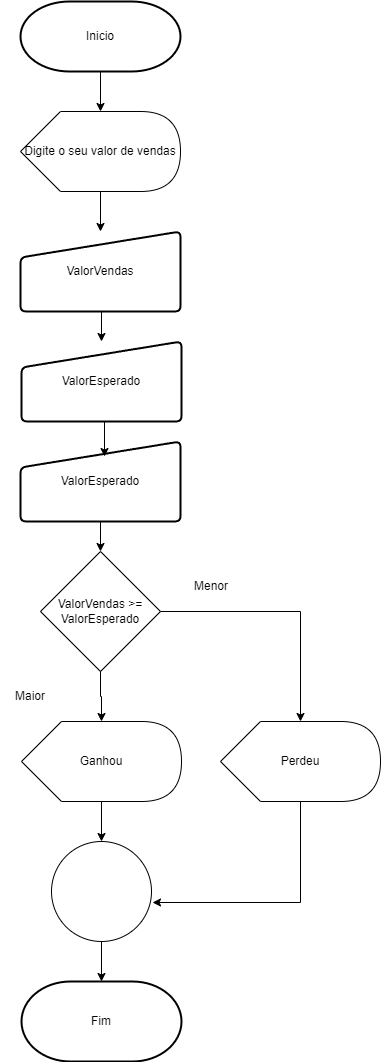
Before: FluxogramaEmpresa.png, a diagram exported from draw.io (Joaogamevicio/Atividade02.05.2024). Source tidied: cells renumbered, new cells last; positions are measured from the earlier drawing's top-left corner, leaving out a move shared by most shapes.
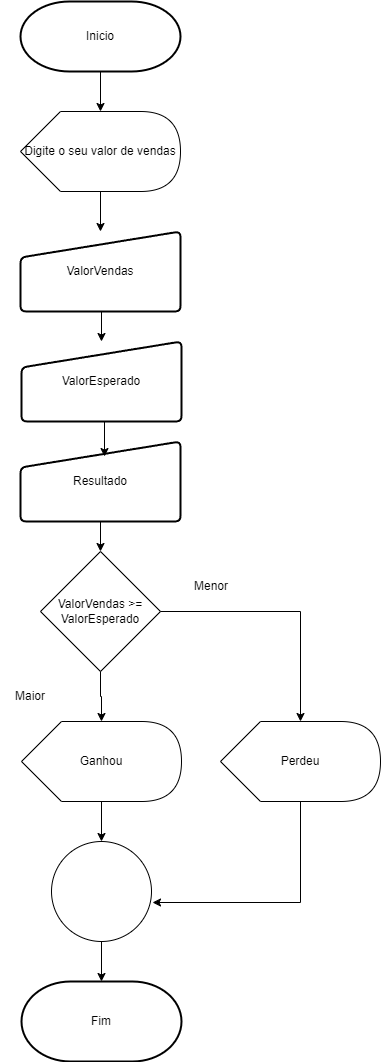
After the change.

The edit, as a diff of the source:
```diff
@@ -67,7 +67,7 @@
     <mxCell id="21" style="edgeStyle=orthogonalEdgeStyle;rounded=0;jettySize=auto;html=1;exitX=0.5;exitY=1;exitDx=0;exitDy=0;" parent="1" edge="1" source="22" target="10">
       <mxGeometry relative="1" as="geometry" />
     </mxCell>
-    <mxCell id="22" value="ValorEsperado" style="html=1;strokeWidth=2;shape=manualInput;whiteSpace=wrap;rounded=1;size=26;arcSize=11;" parent="1" vertex="1">
+    <mxCell id="22" value="Resultado" style="html=1;strokeWidth=2;shape=manualInput;whiteSpace=wrap;rounded=1;size=26;arcSize=11;" parent="1" vertex="1">
       <mxGeometry x="20" y="440" width="160" height="80" as="geometry" />
     </mxCell>
     <mxCell id="23" style="edgeStyle=orthogonalEdgeStyle;rounded=0;jettySize=auto;html=1;exitX=0.5;exitY=1;exitDx=0;exitDy=0;entryX=0.525;entryY=0.188;entryDx=0;entryDy=0;entryPerimeter=0;" parent="1" edge="1" source="9" target="22">
```
